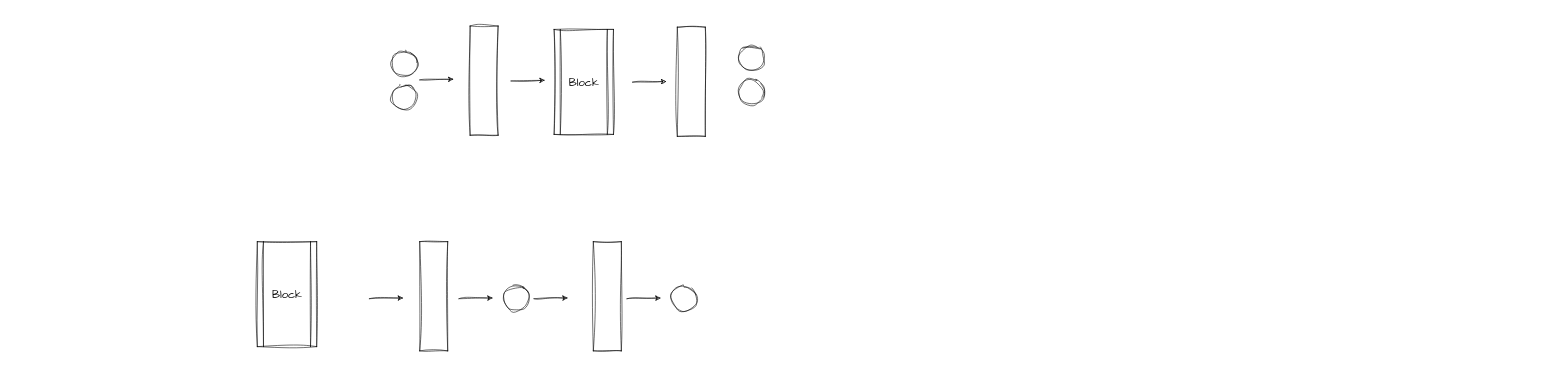
Before: 23_9_1_new_struc.drawio in 5huanghuai/Diagram, a draw.io diagram. Source tidied: cells renumbered, new cells numbered last; positions are measured from the earlier drawing's top-left corner, leaving out a move shared by most shapes. Both pictures are drawn from the tidied source at 56%, with x=0, y=0 at pixel (257, 26).
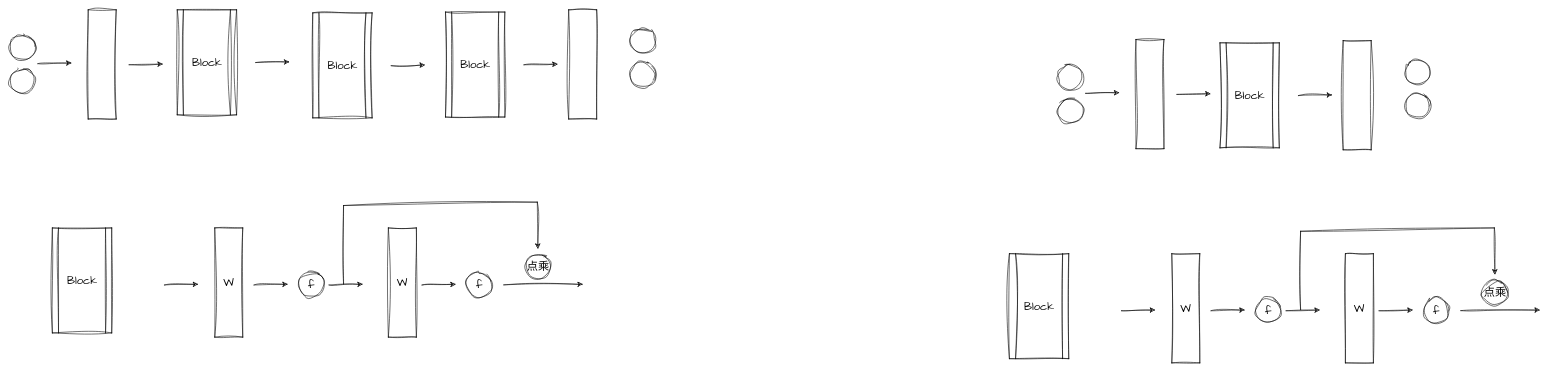
The same page after the edit.

Diff of the diagram source:
```diff
@@
     <mxCell id="2" style="rounded=0;whiteSpace=wrap;html=1;sketch=1;curveFitting=1;jiggle=2;" parent="1" vertex="1">
-      <mxGeometry x="380" width="50" height="195" as="geometry" />
+      <mxGeometry x="-302" y="-29" width="50" height="195" as="geometry" />
     </mxCell>
     <mxCell id="3" style="ellipse;whiteSpace=wrap;html=1;sketch=1;curveFitting=1;jiggle=2;" parent="1" vertex="1">
-      <mxGeometry x="240" y="45" width="45" height="45" as="geometry" />
+      <mxGeometry x="-442" y="16" width="45" height="45" as="geometry" />
     </mxCell>
     <mxCell id="4" style="ellipse;whiteSpace=wrap;html=1;sketch=1;curveFitting=1;jiggle=2;" parent="1" vertex="1">
-      <mxGeometry x="240" y="105" width="45" height="45" as="geometry" />
+      <mxGeometry x="-442" y="76" width="45" height="45" as="geometry" />
     </mxCell>
     <mxCell id="5" style="endArrow=classic;html=1;rounded=0;sketch=1;hachureGap=4;jiggle=2;curveFitting=1;fontFamily=Architects Daughter;fontSize=16;" parent="1" edge="1">
       <mxGeometry relative="1" as="geometry">
-        <mxPoint x="290" y="96.2" as="sourcePoint" />
-        <mxPoint x="350" y="95" as="targetPoint" />
+        <mxPoint x="-392" y="67.2" as="sourcePoint" />
+        <mxPoint x="-332" y="66" as="targetPoint" />
       </mxGeometry>
     </mxCell>
     <mxCell id="6" value="Block" style="shape=process;whiteSpace=wrap;html=1;backgroundOutline=1;sketch=1;hachureGap=4;jiggle=2;curveFitting=1;fontFamily=Architects Daughter;fontSize=20;" parent="1" vertex="1">
-      <mxGeometry x="530" y="6" width="106" height="187.5" as="geometry" />
+      <mxGeometry x="336" y="-25" width="106" height="187.5" as="geometry" />
     </mxCell>
     <mxCell id="7" style="rounded=0;whiteSpace=wrap;html=1;sketch=1;curveFitting=1;jiggle=2;" parent="1" vertex="1">
-      <mxGeometry x="750" y="2" width="50" height="195" as="geometry" />
+      <mxGeometry x="556" y="-29" width="50" height="195" as="geometry" />
     </mxCell>
     <mxCell id="8" style="endArrow=classic;html=1;rounded=0;sketch=1;hachureGap=4;jiggle=2;curveFitting=1;fontFamily=Architects Daughter;fontSize=16;" parent="1" edge="1">
       <mxGeometry relative="1" as="geometry">
-        <mxPoint x="453" y="98.1" as="sourcePoint" />
-        <mxPoint x="513" y="96.9" as="targetPoint" />
+        <mxPoint x="-229" y="69.1" as="sourcePoint" />
+        <mxPoint x="-169" y="67.9" as="targetPoint" />
       </mxGeometry>
     </mxCell>
     <mxCell id="9" style="endArrow=classic;html=1;rounded=0;sketch=1;hachureGap=4;jiggle=2;curveFitting=1;fontFamily=Architects Daughter;fontSize=16;" parent="1" edge="1">
       <mxGeometry relative="1" as="geometry">
-        <mxPoint x="670" y="100.2" as="sourcePoint" />
-        <mxPoint x="730" y="99" as="targetPoint" />
+        <mxPoint x="476" y="69.2" as="sourcePoint" />
+        <mxPoint x="536" y="68" as="targetPoint" />
       </mxGeometry>
     </mxCell>
     <mxCell id="10" style="ellipse;whiteSpace=wrap;html=1;sketch=1;curveFitting=1;jiggle=2;" parent="1" vertex="1">
-      <mxGeometry x="860" y="35" width="45" height="45" as="geometry" />
+      <mxGeometry x="666" y="4" width="45" height="45" as="geometry" />
     </mxCell>
     <mxCell id="11" style="ellipse;whiteSpace=wrap;html=1;sketch=1;curveFitting=1;jiggle=2;" parent="1" vertex="1">
-      <mxGeometry x="860" y="95" width="45" height="45" as="geometry" />
+      <mxGeometry x="666" y="64" width="45" height="45" as="geometry" />
     </mxCell>
     <mxCell id="12" value="Block" style="shape=process;whiteSpace=wrap;html=1;backgroundOutline=1;sketch=1;hachureGap=4;jiggle=2;curveFitting=1;fontFamily=Architects Daughter;fontSize=20;" parent="1" vertex="1">
-      <mxGeometry y="385" width="106" height="187.5" as="geometry" />
+      <mxGeometry x="-366" y="360.5" width="106" height="187.5" as="geometry" />
     </mxCell>
-    <mxCell id="13" style="rounded=0;whiteSpace=wrap;html=1;sketch=1;curveFitting=1;jiggle=2;" parent="1" vertex="1">
-      <mxGeometry x="290" y="385" width="50" height="195" as="geometry" />
+    <mxCell id="13" value="&lt;font face=&quot;Architects Daughter&quot;&gt;&lt;span style=&quot;font-size: 20px;&quot;&gt;W&lt;br&gt;&lt;/span&gt;&lt;/font&gt;" style="rounded=0;whiteSpace=wrap;html=1;sketch=1;curveFitting=1;jiggle=2;" parent="1" vertex="1">
+      <mxGeometry x="-76" y="360.5" width="50" height="195" as="geometry" />
     </mxCell>
     <mxCell id="14" style="endArrow=classic;html=1;rounded=0;sketch=1;hachureGap=4;jiggle=2;curveFitting=1;fontFamily=Architects Daughter;fontSize=16;" parent="1" edge="1">
       <mxGeometry relative="1" as="geometry">
-        <mxPoint x="200" y="486.9" as="sourcePoint" />
-        <mxPoint x="260" y="485.6" as="targetPoint" />
+        <mxPoint x="-166" y="462.4" as="sourcePoint" />
+        <mxPoint x="-106" y="461.1" as="targetPoint" />
       </mxGeometry>
     </mxCell>
     <mxCell id="15" style="endArrow=classic;html=1;rounded=0;sketch=1;hachureGap=4;jiggle=2;curveFitting=1;fontFamily=Architects Daughter;fontSize=16;" parent="1" edge="1">
       <mxGeometry relative="1" as="geometry">
-        <mxPoint x="494" y="486.9" as="sourcePoint" />
-        <mxPoint x="554" y="485.6" as="targetPoint" />
+        <mxPoint x="128" y="462.4" as="sourcePoint" />
+        <mxPoint x="188" y="461.1" as="targetPoint" />
       </mxGeometry>
     </mxCell>
-    <mxCell id="16" style="rounded=0;whiteSpace=wrap;html=1;sketch=1;curveFitting=1;jiggle=2;" parent="1" vertex="1">
-      <mxGeometry x="600" y="385" width="50" height="195" as="geometry" />
+    <mxCell id="16" value="&lt;font style=&quot;font-size: 20px;&quot; face=&quot;Architects Daughter&quot;&gt;W&lt;/font&gt;" style="rounded=0;whiteSpace=wrap;html=1;sketch=1;curveFitting=1;jiggle=2;" parent="1" vertex="1">
+      <mxGeometry x="234" y="360.5" width="50" height="195" as="geometry" />
     </mxCell>
-    <mxCell id="17" style="ellipse;whiteSpace=wrap;html=1;sketch=1;curveFitting=1;jiggle=2;" parent="1" vertex="1">
-      <mxGeometry x="440" y="463.8" width="45" height="45" as="geometry" />
+    <mxCell id="17" value="&lt;font style=&quot;font-size: 20px;&quot; face=&quot;Architects Daughter&quot;&gt;f&lt;/font&gt;" style="ellipse;whiteSpace=wrap;html=1;sketch=1;curveFitting=1;jiggle=2;" parent="1" vertex="1">
+      <mxGeometry x="74" y="439.2" width="45" height="45" as="geometry" />
     </mxCell>
     <mxCell id="18" style="endArrow=classic;html=1;rounded=0;sketch=1;hachureGap=4;jiggle=2;curveFitting=1;fontFamily=Architects Daughter;fontSize=16;" parent="1" edge="1">
       <mxGeometry relative="1" as="geometry">
-        <mxPoint x="360" y="486.9" as="sourcePoint" />
-        <mxPoint x="420" y="485.6" as="targetPoint" />
+        <mxPoint x="-6" y="462.4" as="sourcePoint" />
+        <mxPoint x="54" y="461.1" as="targetPoint" />
       </mxGeometry>
     </mxCell>
-    <mxCell id="19" style="ellipse;whiteSpace=wrap;html=1;sketch=1;curveFitting=1;jiggle=2;" parent="1" vertex="1">
-      <mxGeometry x="740" y="463.8" width="45" height="45" as="geometry" />
+    <mxCell id="19" value="&lt;font style=&quot;font-size: 20px;&quot; face=&quot;Architects Daughter&quot;&gt;f&lt;/font&gt;" style="ellipse;whiteSpace=wrap;html=1;sketch=1;curveFitting=1;jiggle=2;" parent="1" vertex="1">
+      <mxGeometry x="374" y="439.2" width="45" height="45" as="geometry" />
     </mxCell>
     <mxCell id="20" style="endArrow=classic;html=1;rounded=0;sketch=1;hachureGap=4;jiggle=2;curveFitting=1;fontFamily=Architects Daughter;fontSize=16;" parent="1" edge="1">
       <mxGeometry relative="1" as="geometry">
-        <mxPoint x="660" y="486.9" as="sourcePoint" />
-        <mxPoint x="720" y="485.6" as="targetPoint" />
+        <mxPoint x="294" y="462.4" as="sourcePoint" />
+        <mxPoint x="354" y="461.1" as="targetPoint" />
       </mxGeometry>
     </mxCell>
+    <mxCell id="21" style="endArrow=classic;html=1;rounded=0;sketch=1;hachureGap=4;jiggle=2;curveFitting=1;fontFamily=Architects Daughter;fontSize=16;" parent="1" edge="1">
+      <mxGeometry relative="1" as="geometry">
+        <mxPoint x="154" y="460.5" as="sourcePoint" />
+        <mxPoint x="501" y="397.5" as="targetPoint" />
+        <Array as="points">
+          <mxPoint x="154" y="320.5" />
+          <mxPoint x="500" y="314.5" />
+        </Array>
+      </mxGeometry>
+    </mxCell>
+    <mxCell id="22" value="&lt;font face=&quot;Architects Daughter&quot;&gt;&lt;span style=&quot;font-size: 20px;&quot;&gt;点乘&lt;br&gt;&lt;/span&gt;&lt;/font&gt;" style="ellipse;whiteSpace=wrap;html=1;sketch=1;curveFitting=1;jiggle=2;" parent="1" vertex="1">
+      <mxGeometry x="479" y="407.5" width="45" height="45" as="geometry" />
+    </mxCell>
+    <mxCell id="23" style="endArrow=classic;html=1;rounded=0;sketch=1;hachureGap=4;jiggle=2;curveFitting=1;fontFamily=Architects Daughter;fontSize=16;" parent="1" edge="1">
+      <mxGeometry relative="1" as="geometry">
+        <mxPoint x="440" y="462.2" as="sourcePoint" />
+        <mxPoint x="581" y="461.2" as="targetPoint" />
+      </mxGeometry>
+    </mxCell>
+    <mxCell id="24" value="Block" style="shape=process;whiteSpace=wrap;html=1;backgroundOutline=1;sketch=1;hachureGap=4;jiggle=2;curveFitting=1;fontFamily=Architects Daughter;fontSize=20;" parent="1" vertex="1">
+      <mxGeometry x="1343" y="406.5" width="106" height="187.5" as="geometry" />
+    </mxCell>
+    <mxCell id="25" value="&lt;font face=&quot;Architects Daughter&quot;&gt;&lt;span style=&quot;font-size: 20px;&quot;&gt;W&lt;br&gt;&lt;/span&gt;&lt;/font&gt;" style="rounded=0;whiteSpace=wrap;html=1;sketch=1;curveFitting=1;jiggle=2;" parent="1" vertex="1">
+      <mxGeometry x="1633" y="406.5" width="50" height="195" as="geometry" />
+    </mxCell>
+    <mxCell id="26" style="endArrow=classic;html=1;rounded=0;sketch=1;hachureGap=4;jiggle=2;curveFitting=1;fontFamily=Architects Daughter;fontSize=16;" parent="1" edge="1">
+      <mxGeometry relative="1" as="geometry">
+        <mxPoint x="1543" y="508.4" as="sourcePoint" />
+        <mxPoint x="1603" y="507.1" as="targetPoint" />
+      </mxGeometry>
+    </mxCell>
+    <mxCell id="27" style="endArrow=classic;html=1;rounded=0;sketch=1;hachureGap=4;jiggle=2;curveFitting=1;fontFamily=Architects Daughter;fontSize=16;" parent="1" edge="1">
+      <mxGeometry relative="1" as="geometry">
+        <mxPoint x="1837" y="508.4" as="sourcePoint" />
+        <mxPoint x="1897" y="507.1" as="targetPoint" />
+      </mxGeometry>
+    </mxCell>
+    <mxCell id="28" value="&lt;font style=&quot;font-size: 20px;&quot; face=&quot;Architects Daughter&quot;&gt;W&lt;/font&gt;" style="rounded=0;whiteSpace=wrap;html=1;sketch=1;curveFitting=1;jiggle=2;" parent="1" vertex="1">
+      <mxGeometry x="1943" y="406.5" width="50" height="195" as="geometry" />
+    </mxCell>
+    <mxCell id="29" value="&lt;font style=&quot;font-size: 20px;&quot; face=&quot;Architects Daughter&quot;&gt;f&lt;/font&gt;" style="ellipse;whiteSpace=wrap;html=1;sketch=1;curveFitting=1;jiggle=2;" parent="1" vertex="1">
+      <mxGeometry x="1783" y="485.2" width="45" height="45" as="geometry" />
+    </mxCell>
+    <mxCell id="30" style="endArrow=classic;html=1;rounded=0;sketch=1;hachureGap=4;jiggle=2;curveFitting=1;fontFamily=Architects Daughter;fontSize=16;" parent="1" edge="1">
+      <mxGeometry relative="1" as="geometry">
+        <mxPoint x="1703" y="508.4" as="sourcePoint" />
+        <mxPoint x="1763" y="507.1" as="targetPoint" />
+      </mxGeometry>
+    </mxCell>
+    <mxCell id="31" value="&lt;font style=&quot;font-size: 20px;&quot; face=&quot;Architects Daughter&quot;&gt;f&lt;/font&gt;" style="ellipse;whiteSpace=wrap;html=1;sketch=1;curveFitting=1;jiggle=2;" parent="1" vertex="1">
+      <mxGeometry x="2083" y="485.2" width="45" height="45" as="geometry" />
+    </mxCell>
+    <mxCell id="32" style="endArrow=classic;html=1;rounded=0;sketch=1;hachureGap=4;jiggle=2;curveFitting=1;fontFamily=Architects Daughter;fontSize=16;" parent="1" edge="1">
+      <mxGeometry relative="1" as="geometry">
+        <mxPoint x="2003" y="508.4" as="sourcePoint" />
+        <mxPoint x="2063" y="507.1" as="targetPoint" />
+      </mxGeometry>
+    </mxCell>
+    <mxCell id="33" style="endArrow=classic;html=1;rounded=0;sketch=1;hachureGap=4;jiggle=2;curveFitting=1;fontFamily=Architects Daughter;fontSize=16;" parent="1" edge="1">
+      <mxGeometry relative="1" as="geometry">
+        <mxPoint x="1863" y="506.5" as="sourcePoint" />
+        <mxPoint x="2210" y="443.5" as="targetPoint" />
+        <Array as="points">
+          <mxPoint x="1863" y="366.5" />
+          <mxPoint x="2209" y="360.5" />
+        </Array>
+      </mxGeometry>
+    </mxCell>
+    <mxCell id="34" value="&lt;font face=&quot;Architects Daughter&quot;&gt;&lt;span style=&quot;font-size: 20px;&quot;&gt;点乘&lt;br&gt;&lt;/span&gt;&lt;/font&gt;" style="ellipse;whiteSpace=wrap;html=1;sketch=1;curveFitting=1;jiggle=2;" parent="1" vertex="1">
+      <mxGeometry x="2188" y="453.5" width="45" height="45" as="geometry" />
+    </mxCell>
+    <mxCell id="35" style="endArrow=classic;html=1;rounded=0;sketch=1;hachureGap=4;jiggle=2;curveFitting=1;fontFamily=Architects Daughter;fontSize=16;" parent="1" edge="1">
+      <mxGeometry relative="1" as="geometry">
+        <mxPoint x="2149" y="508.2" as="sourcePoint" />
+        <mxPoint x="2290" y="507.2" as="targetPoint" />
+      </mxGeometry>
+    </mxCell>
+    <mxCell id="36" style="rounded=0;whiteSpace=wrap;html=1;sketch=1;curveFitting=1;jiggle=2;" parent="1" vertex="1">
+      <mxGeometry x="1569" y="24" width="50" height="195" as="geometry" />
+    </mxCell>
+    <mxCell id="37" style="ellipse;whiteSpace=wrap;html=1;sketch=1;curveFitting=1;jiggle=2;" parent="1" vertex="1">
+      <mxGeometry x="1429" y="69" width="45" height="45" as="geometry" />
+    </mxCell>
+    <mxCell id="38" style="ellipse;whiteSpace=wrap;html=1;sketch=1;curveFitting=1;jiggle=2;" parent="1" vertex="1">
+      <mxGeometry x="1429" y="129" width="45" height="45" as="geometry" />
+    </mxCell>
+    <mxCell id="39" style="endArrow=classic;html=1;rounded=0;sketch=1;hachureGap=4;jiggle=2;curveFitting=1;fontFamily=Architects Daughter;fontSize=16;" parent="1" edge="1">
+      <mxGeometry relative="1" as="geometry">
+        <mxPoint x="1479" y="120.2" as="sourcePoint" />
+        <mxPoint x="1539" y="119" as="targetPoint" />
+      </mxGeometry>
+    </mxCell>
+    <mxCell id="40" value="Block" style="shape=process;whiteSpace=wrap;html=1;backgroundOutline=1;sketch=1;hachureGap=4;jiggle=2;curveFitting=1;fontFamily=Architects Daughter;fontSize=20;" parent="1" vertex="1">
+      <mxGeometry x="1719" y="30" width="106" height="187.5" as="geometry" />
+    </mxCell>
+    <mxCell id="41" style="rounded=0;whiteSpace=wrap;html=1;sketch=1;curveFitting=1;jiggle=2;" parent="1" vertex="1">
+      <mxGeometry x="1939" y="26" width="50" height="195" as="geometry" />
+    </mxCell>
+    <mxCell id="42" style="endArrow=classic;html=1;rounded=0;sketch=1;hachureGap=4;jiggle=2;curveFitting=1;fontFamily=Architects Daughter;fontSize=16;" parent="1" edge="1">
+      <mxGeometry relative="1" as="geometry">
+        <mxPoint x="1642" y="122.1" as="sourcePoint" />
+        <mxPoint x="1702" y="120.9" as="targetPoint" />
+      </mxGeometry>
+    </mxCell>
+    <mxCell id="43" style="endArrow=classic;html=1;rounded=0;sketch=1;hachureGap=4;jiggle=2;curveFitting=1;fontFamily=Architects Daughter;fontSize=16;" parent="1" edge="1">
+      <mxGeometry relative="1" as="geometry">
+        <mxPoint x="1859" y="124.2" as="sourcePoint" />
+        <mxPoint x="1919" y="123" as="targetPoint" />
+      </mxGeometry>
+    </mxCell>
+    <mxCell id="44" style="ellipse;whiteSpace=wrap;html=1;sketch=1;curveFitting=1;jiggle=2;" parent="1" vertex="1">
+      <mxGeometry x="2049" y="59" width="45" height="45" as="geometry" />
+    </mxCell>
+    <mxCell id="45" style="ellipse;whiteSpace=wrap;html=1;sketch=1;curveFitting=1;jiggle=2;" parent="1" vertex="1">
+      <mxGeometry x="2049" y="119" width="45" height="45" as="geometry" />
+    </mxCell>
+    <mxCell id="46" value="Block" style="shape=process;whiteSpace=wrap;html=1;backgroundOutline=1;sketch=1;hachureGap=4;jiggle=2;curveFitting=1;fontFamily=Architects Daughter;fontSize=20;" parent="1" vertex="1">
+      <mxGeometry x="-143" y="-29" width="106" height="187.5" as="geometry" />
+    </mxCell>
+    <mxCell id="47" style="endArrow=classic;html=1;rounded=0;sketch=1;hachureGap=4;jiggle=2;curveFitting=1;fontFamily=Architects Daughter;fontSize=16;" parent="1" edge="1">
+      <mxGeometry relative="1" as="geometry">
+        <mxPoint x="-3" y="65.2" as="sourcePoint" />
+        <mxPoint x="57" y="64" as="targetPoint" />
+      </mxGeometry>
+    </mxCell>
+    <mxCell id="48" value="Block" style="shape=process;whiteSpace=wrap;html=1;backgroundOutline=1;sketch=1;hachureGap=4;jiggle=2;curveFitting=1;fontFamily=Architects Daughter;fontSize=20;" parent="1" vertex="1">
+      <mxGeometry x="99" y="-23.5" width="106" height="187.5" as="geometry" />
+    </mxCell>
+    <mxCell id="49" style="endArrow=classic;html=1;rounded=0;sketch=1;hachureGap=4;jiggle=2;curveFitting=1;fontFamily=Architects Daughter;fontSize=16;" parent="1" edge="1">
+      <mxGeometry relative="1" as="geometry">
+        <mxPoint x="239" y="70.8" as="sourcePoint" />
+        <mxPoint x="299" y="69.5" as="targetPoint" />
+      </mxGeometry>
+    </mxCell>
```
